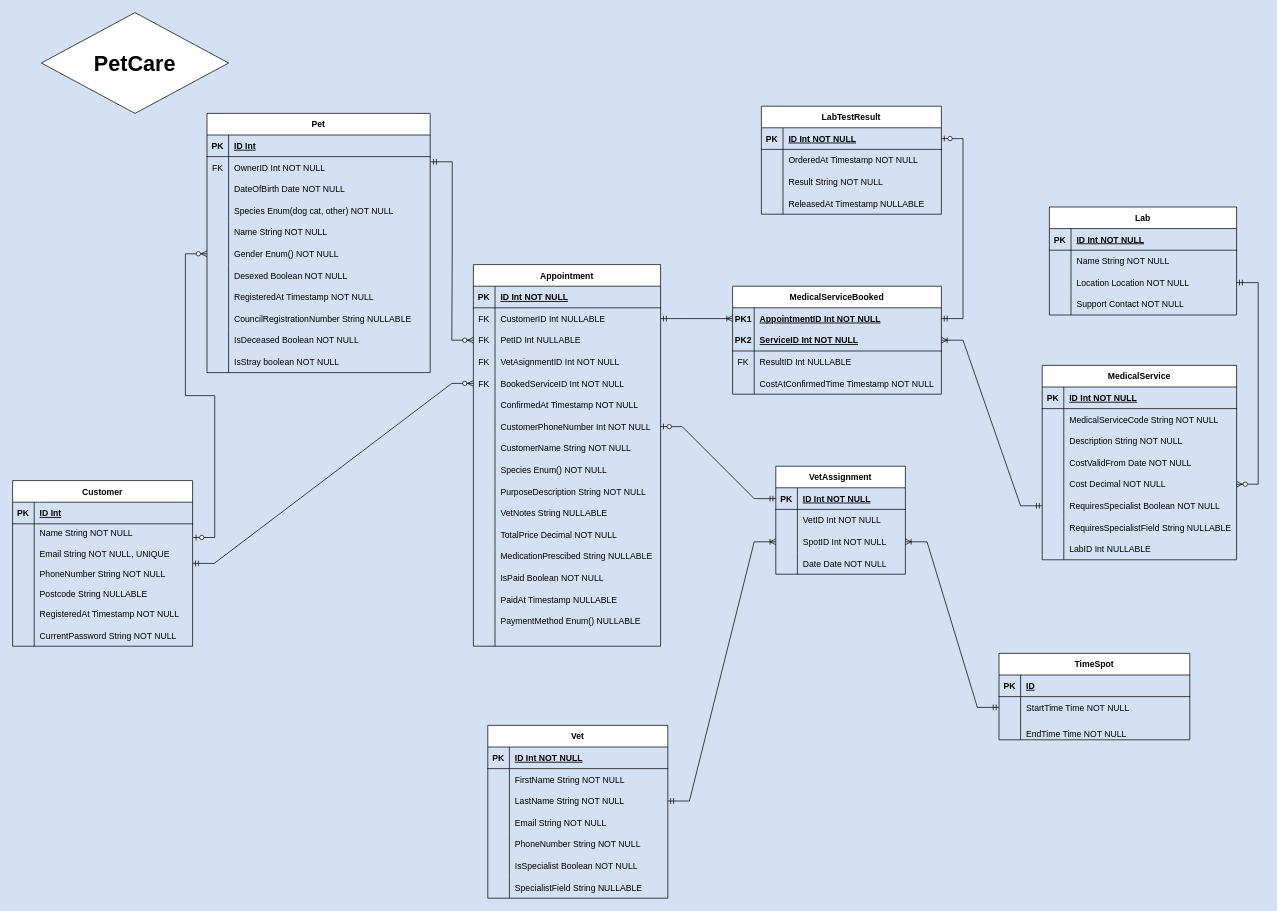
Earlier version of the draw.io diagram docs/PetCarERD.drawio (tamminh2003/petCare). Source tidied: cells renumbered, new cells numbered last; positions are measured from the earlier drawing's top-left corner, leaving out a move shared by most shapes. Both pictures are drawn from the tidied source at 72%, with x=0, y=0 at pixel (12, 12).
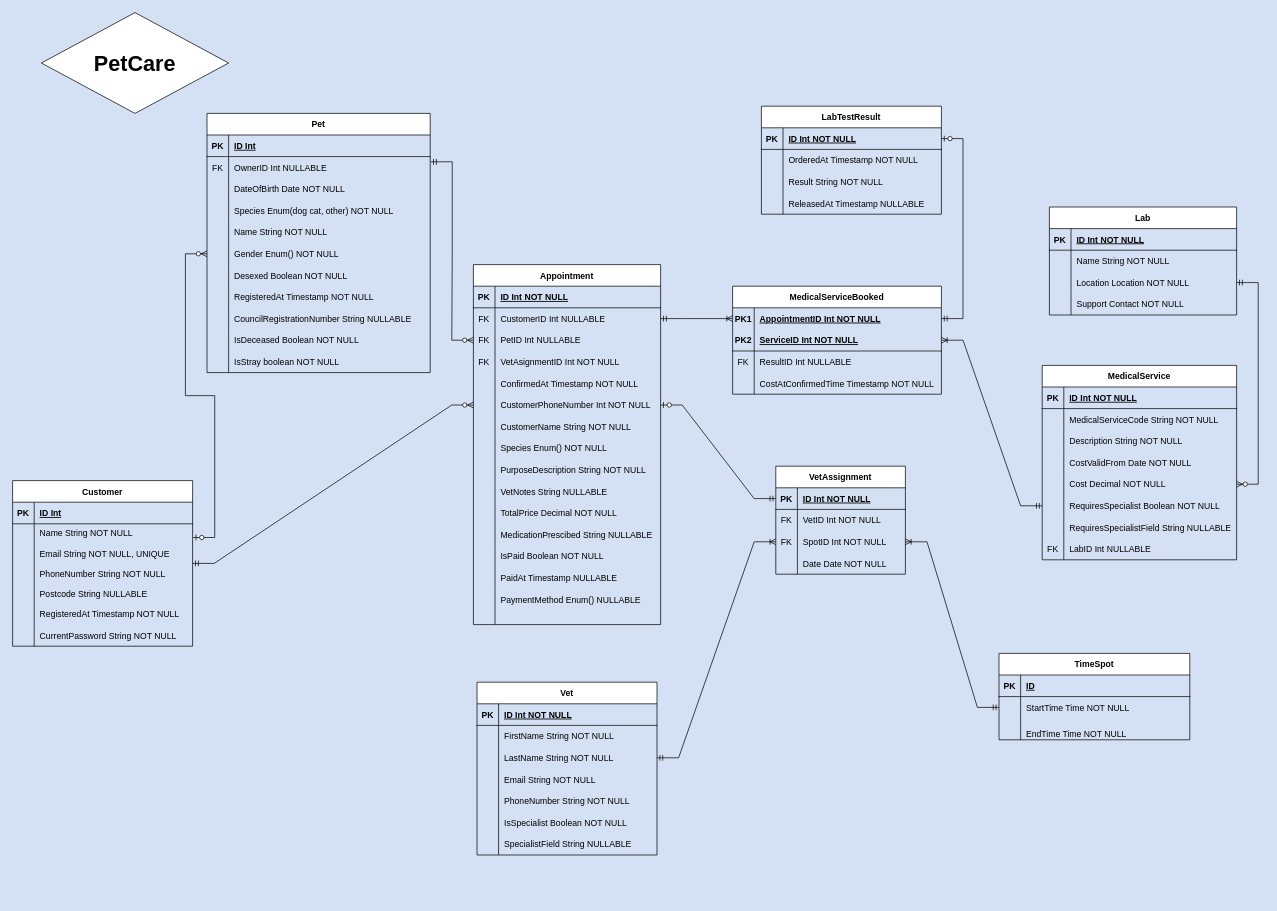
The same diagram, later.

The change refers to these unchanged cells:
```xml
<mxCell id="58" style="shape=partialRectangle;fillColor=none;points=[[0,0.5],[1,0.5]];portConstraint=eastwest;top=0;left=0;right=0;bottom=0;" parent="54" vertex="1">
  <mxGeometry y="60" width="250" height="110" as="geometry" />
</mxCell>
<mxCell id="89" style="shape=tableRow;horizontal=0;startSize=0;swimlaneHead=0;swimlaneBody=0;fillColor=none;top=0;left=0;right=0;bottom=0;" parent="67" vertex="1">
  <mxGeometry y="240" width="270" height="30" as="geometry" />
</mxCell>
<mxCell id="96" style="shape=partialRectangle;fillColor=none;points=[[0,0.5],[1,0.5]];portConstraint=eastwest;top=0;left=0;right=0;bottom=0;" parent="92" vertex="1">
  <mxGeometry y="60" width="310" height="30" as="geometry" />
</mxCell>
<mxCell id="199" style="shape=tableRow;horizontal=0;startSize=0;swimlaneHead=0;swimlaneBody=0;fillColor=none;top=0;left=0;right=0;bottom=0;" parent="195" vertex="1">
  <mxGeometry y="60" width="180" height="30" as="geometry" />
</mxCell>
<mxCell id="202" style="shape=tableRow;horizontal=0;startSize=0;swimlaneHead=0;swimlaneBody=0;fillColor=none;points=[[0,0.5],[1,0.5]];portConstraint=eastwest;top=0;left=0;right=0;bottom=0;" parent="195" vertex="1">
  <mxGeometry y="90" width="180" height="30" as="geometry" />
</mxCell>
```

The edit, as a diff of the source:
```diff
@@
     <mxCell id="2" value="Appointment" style="shape=table;startSize=30;childLayout=tableLayout;rowLines=0;fontStyle=1;align=center;" parent="1" vertex="1">
-      <mxGeometry x="640" y="350" width="260" height="530" as="geometry" />
+      <mxGeometry x="640" y="350" width="260" height="500" as="geometry" />
     </mxCell>
@@
-    <mxCell id="15" style="shape=tableRow;horizontal=0;startSize=0;swimlaneHead=0;swimlaneBody=0;fillColor=none;points=[[0,0.5],[1,0.5]];portConstraint=eastwest;top=0;left=0;right=0;bottom=0;" parent="2" vertex="1">
-      <mxGeometry y="150" width="260" height="30" as="geometry" />
-    </mxCell>
-    <mxCell id="16" value="FK" style="shape=partialRectangle;fillColor=none;top=0;left=0;bottom=0;right=0;overflow=hidden;" parent="15" vertex="1">
-      <mxGeometry width="30" height="30" as="geometry" />
-    </mxCell>
-    <mxCell id="17" value="BookedServiceID Int NOT NULL" style="shape=partialRectangle;fillColor=none;top=0;left=0;bottom=0;right=0;align=left;spacingLeft=6;overflow=hidden;" parent="15" vertex="1">
-      <mxGeometry x="30" width="230" height="30" as="geometry" />
-    </mxCell>
     <mxCell id="18" style="shape=tableRow;horizontal=0;startSize=0;swimlaneHead=0;swimlaneBody=0;fillColor=none;top=0;left=0;right=0;bottom=0;" parent="2" vertex="1">
-      <mxGeometry y="180" width="260" height="30" as="geometry" />
+      <mxGeometry y="150" width="260" height="30" as="geometry" />
     </mxCell>
@@
     <mxCell id="21" style="shape=tableRow;horizontal=0;startSize=0;swimlaneHead=0;swimlaneBody=0;fillColor=none;points=[[0,0.5],[1,0.5]];portConstraint=eastwest;top=0;left=0;right=0;bottom=0;" parent="2" vertex="1">
-      <mxGeometry y="210" width="260" height="30" as="geometry" />
+      <mxGeometry y="180" width="260" height="30" as="geometry" />
     </mxCell>
@@
     <mxCell id="24" style="shape=tableRow;horizontal=0;startSize=0;swimlaneHead=0;swimlaneBody=0;fillColor=none;top=0;left=0;right=0;bottom=0;" parent="2" vertex="1">
-      <mxGeometry y="240" width="260" height="30" as="geometry" />
+      <mxGeometry y="210" width="260" height="30" as="geometry" />
     </mxCell>
@@
     <mxCell id="27" style="shape=tableRow;horizontal=0;startSize=0;swimlaneHead=0;swimlaneBody=0;fillColor=none;top=0;left=0;right=0;bottom=0;" parent="2" vertex="1">
-      <mxGeometry y="270" width="260" height="30" as="geometry" />
+      <mxGeometry y="240" width="260" height="30" as="geometry" />
     </mxCell>
@@
     <mxCell id="30" style="shape=tableRow;horizontal=0;startSize=0;swimlaneHead=0;swimlaneBody=0;fillColor=none;top=0;left=0;right=0;bottom=0;" parent="2" vertex="1">
-      <mxGeometry y="300" width="260" height="30" as="geometry" />
+      <mxGeometry y="270" width="260" height="30" as="geometry" />
     </mxCell>
@@
     <mxCell id="33" style="shape=tableRow;horizontal=0;startSize=0;swimlaneHead=0;swimlaneBody=0;fillColor=none;top=0;left=0;right=0;bottom=0;" parent="2" vertex="1">
-      <mxGeometry y="330" width="260" height="30" as="geometry" />
+      <mxGeometry y="300" width="260" height="30" as="geometry" />
     </mxCell>
@@
     <mxCell id="36" style="shape=tableRow;horizontal=0;startSize=0;swimlaneHead=0;swimlaneBody=0;fillColor=none;top=0;left=0;right=0;bottom=0;" parent="2" vertex="1">
-      <mxGeometry y="360" width="260" height="30" as="geometry" />
+      <mxGeometry y="330" width="260" height="30" as="geometry" />
     </mxCell>
@@
     <mxCell id="39" style="shape=tableRow;horizontal=0;startSize=0;swimlaneHead=0;swimlaneBody=0;fillColor=none;top=0;left=0;right=0;bottom=0;" parent="2" vertex="1">
-      <mxGeometry y="390" width="260" height="30" as="geometry" />
+      <mxGeometry y="360" width="260" height="30" as="geometry" />
     </mxCell>
@@
     <mxCell id="42" style="shape=tableRow;horizontal=0;startSize=0;swimlaneHead=0;swimlaneBody=0;fillColor=none;top=0;left=0;right=0;bottom=0;" parent="2" vertex="1">
-      <mxGeometry y="420" width="260" height="30" as="geometry" />
+      <mxGeometry y="390" width="260" height="30" as="geometry" />
     </mxCell>
@@
     <mxCell id="45" style="shape=partialRectangle;fillColor=none;top=0;left=0;right=0;bottom=0;" parent="2" vertex="1">
-      <mxGeometry y="450" width="260" height="30" as="geometry" />
+      <mxGeometry y="420" width="260" height="30" as="geometry" />
     </mxCell>
@@
     <mxCell id="48" style="shape=tableRow;horizontal=0;startSize=0;swimlaneHead=0;swimlaneBody=0;fillColor=none;top=0;left=0;right=0;bottom=0;" parent="2" vertex="1">
-      <mxGeometry y="480" width="260" height="30" as="geometry" />
+      <mxGeometry y="450" width="260" height="30" as="geometry" />
     </mxCell>
@@
     <mxCell id="51" style="shape=tableRow;horizontal=0;startSize=0;swimlaneHead=0;swimlaneBody=0;fillColor=none;top=0;left=0;right=0;bottom=0;" parent="2" vertex="1">
-      <mxGeometry y="510" width="260" height="20" as="geometry" />
+      <mxGeometry y="480" width="260" height="20" as="geometry" />
     </mxCell>
@@
-    <mxCell id="90" style="shape=partialRectangle;fillColor=none;top=0;left=0;bottom=0;right=0;overflow=hidden;" parent="89" vertex="1">
+    <mxCell id="90" value="FK" style="shape=partialRectangle;fillColor=none;top=0;left=0;bottom=0;right=0;overflow=hidden;" parent="89" vertex="1">
       <mxGeometry width="30" height="30" as="geometry" />
     </mxCell>
@@
-    <mxCell id="98" value="OwnerID Int NOT NULL" style="shape=partialRectangle;overflow=hidden;fillColor=none;top=0;left=0;bottom=0;right=0;align=left;spacingLeft=6;" parent="96" vertex="1">
+    <mxCell id="98" value="OwnerID Int NULLABLE" style="shape=partialRectangle;overflow=hidden;fillColor=none;top=0;left=0;bottom=0;right=0;align=left;spacingLeft=6;" parent="96" vertex="1">
       <mxGeometry x="30" width="280" height="30" as="geometry" />
     </mxCell>
@@
     <mxCell id="126" value="Vet" style="shape=table;startSize=30;childLayout=tableLayout;rowLines=0;fontStyle=1;align=center;" parent="1" vertex="1">
-      <mxGeometry x="660" y="990" width="250" height="240" as="geometry" />
+      <mxGeometry x="645" y="930" width="250" height="240" as="geometry" />
     </mxCell>
@@
-    <mxCell id="149" style="edgeStyle=entityRelationEdgeStyle;fontSize=12;html=1;endArrow=ERzeroToMany;startArrow=ERmandOne;rounded=0;entryX=0;entryY=0.5;entryDx=0;entryDy=0;exitX=1;exitY=0.5;exitDx=0;exitDy=0;" parent="1" edge="1" source="58" target="15">
+    <mxCell id="149" style="edgeStyle=entityRelationEdgeStyle;fontSize=12;html=1;endArrow=ERzeroToMany;startArrow=ERmandOne;rounded=0;entryX=0;entryY=0.5;entryDx=0;entryDy=0;exitX=1;exitY=0.5;exitDx=0;exitDy=0;" parent="1" edge="1" source="58" target="21">
       <mxGeometry relative="1" as="geometry" />
     </mxCell>
@@
-    <mxCell id="200" style="shape=partialRectangle;fillColor=none;top=0;left=0;bottom=0;right=0;overflow=hidden;" parent="199" vertex="1">
+    <mxCell id="200" value="FK" style="shape=partialRectangle;fillColor=none;top=0;left=0;bottom=0;right=0;overflow=hidden;" parent="199" vertex="1">
       <mxGeometry width="30" height="30" as="geometry" />
     </mxCell>
@@
-    <mxCell id="203" style="shape=partialRectangle;fillColor=none;top=0;left=0;bottom=0;right=0;overflow=hidden;" parent="202" vertex="1">
+    <mxCell id="203" value="FK" style="shape=partialRectangle;fillColor=none;top=0;left=0;bottom=0;right=0;overflow=hidden;" parent="202" vertex="1">
       <mxGeometry width="30" height="30" as="geometry" />
     </mxCell>
```
